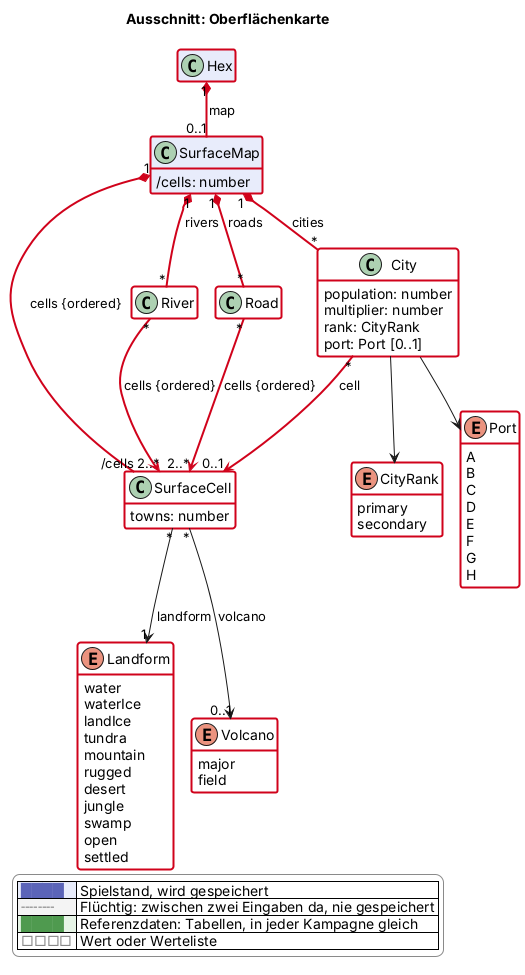
Above: docs/views/oberflaeche.png in scuzzar/SRE (PlantUML), before the change.
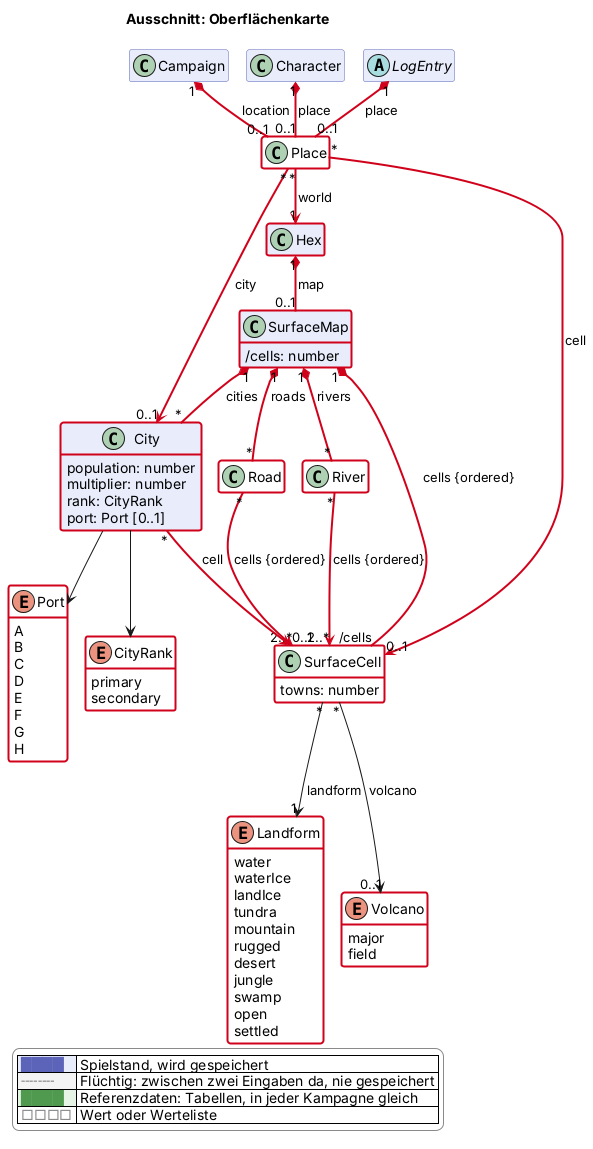
Later version of the same file.

The edit, as a diff of the source:
```diff
@@ -66,10 +66,13 @@
 hide <<reference>> stereotype
 hide <<value>> stereotype
 
+  class Campaign $kampagne
+  class Character $charakter
 
 
   class Hex $sektor
 
+  abstract class LogEntry $probe
 
 
 
@@ -100,7 +103,7 @@
     major
     field
   }
-  class City <<value>> $oberflaeche $newClass("2026-11-14g") {
+  class City $oberflaeche $newClass("2026-11-14g") {
     population: number
     multiplier: number
     rank: CityRank
@@ -120,9 +123,13 @@
     G
     H
   }
+  class Place <<value>> $oberflaeche $newClass("2026-11-14h") {
+  }
+
+Campaign "1" *-$newArrow("2026-11-14h")- "0..1" Place : location
 
 
-
+Character "1" *-$newArrow("2026-11-14h")- "0..1" Place : place
 
 
 Hex "1" *-$newArrow("2026-11-14g")- "0..1" SurfaceMap : map
@@ -135,6 +142,10 @@
 River "*" -$newArrow("2026-11-14g")-> "2..*" SurfaceCell : cells {ordered}
 Road "*" -$newArrow("2026-11-14g")-> "2..*" SurfaceCell : cells {ordered}
 City "*" -$newArrow("2026-11-14g")-> "0..1" SurfaceCell : cell
+LogEntry "1" *-$newArrow("2026-11-14h")- "0..1" Place : place
+Place "*" -$newArrow("2026-11-14h")-> "1" Hex : world
+Place "*" -$newArrow("2026-11-14h")-> "0..1" SurfaceCell : cell
+Place "*" -$newArrow("2026-11-14h")-> "0..1" City : city
 City --> CityRank
 City --> Port
 
```
